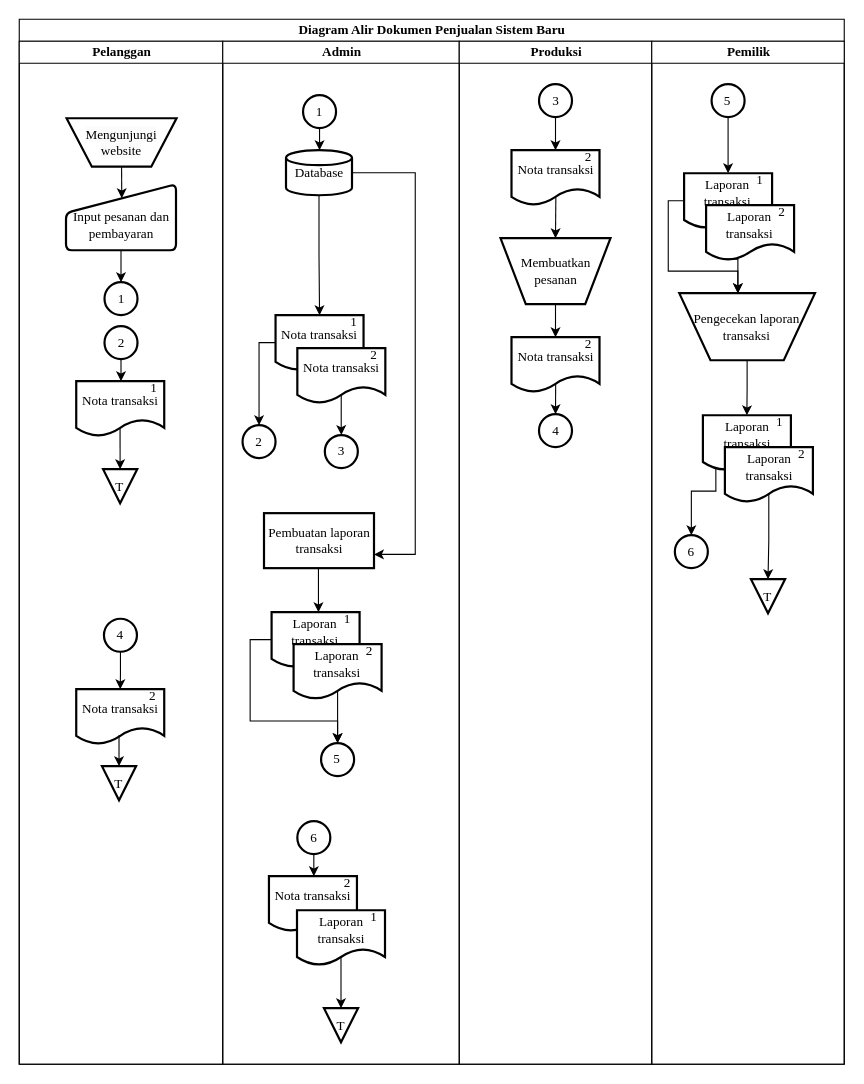
Before: page "Flowchart Revisi Sistem Baru" (3 of 22) of TA.drawio in angelinahandini/TA, a draw.io diagram. Source tidied: cells renumbered, new cells numbered last; positions are measured from the earlier drawing's top-left corner, leaving out a move shared by most shapes. Both pictures are drawn from the tidied source at 110%, with x=0, y=0 at pixel (19, 19).
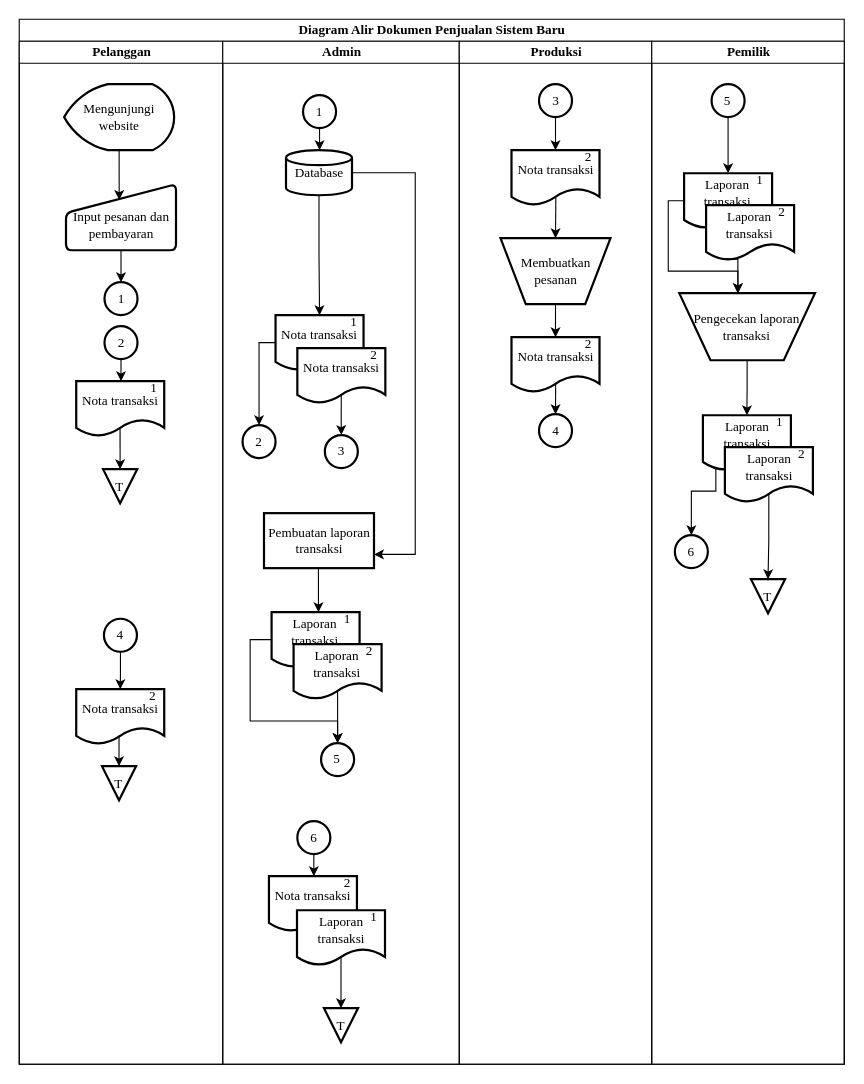
Above is the later version.

The change refers to these unchanged cells:
```xml
<mxCell id="3" value="Pelanggan" style="swimlane;startSize=20;html=1;fontFamily=Times New Roman;" parent="2" vertex="1">
  <mxGeometry y="20" width="185" height="930" as="geometry" />
</mxCell>
<mxCell id="17" value="&lt;br&gt;Input pesanan dan pembayaran" style="html=1;strokeWidth=2;shape=manualInput;whiteSpace=wrap;rounded=1;size=26;arcSize=11;fontFamily=Times New Roman;" parent="3" vertex="1">
  <mxGeometry x="42.5" y="130" width="100" height="60" as="geometry" />
</mxCell>
```

Diff of the diagram source:
```diff
@@
-    <mxCell id="15" style="edgeStyle=orthogonalEdgeStyle;rounded=0;jettySize=auto;html=1;entryX=0.507;entryY=0.211;entryDx=0;entryDy=0;entryPerimeter=0;fontFamily=Times New Roman;" parent="3" edge="1" target="17">
-      <mxGeometry relative="1" as="geometry">
-        <mxPoint x="93" y="109" as="sourcePoint" />
-      </mxGeometry>
-    </mxCell>
@@
-    <mxCell id="33" value="&lt;span style=&quot;color: rgb(0, 0, 0); font-size: 12px; font-style: normal; font-variant-ligatures: normal; font-variant-caps: normal; font-weight: 400; letter-spacing: normal; orphans: 2; text-align: center; text-indent: 0px; text-transform: none; widows: 2; word-spacing: 0px; -webkit-text-stroke-width: 0px; background-color: rgb(251, 251, 251); text-decoration-thickness: initial; text-decoration-style: initial; text-decoration-color: initial; float: none; display: inline !important;&quot;&gt;Mengunjungi website&lt;/span&gt;" style="verticalLabelPosition=middle;verticalAlign=middle;html=1;shape=trapezoid;perimeter=trapezoidPerimeter;whiteSpace=wrap;size=0.23;arcSize=10;flipV=1;labelPosition=center;align=center;strokeWidth=2;fontFamily=Times New Roman;" parent="3" vertex="1">
-      <mxGeometry x="43" y="70" width="100" height="44" as="geometry" />
-    </mxCell>
@@
+    <mxCell id="110" style="edgeStyle=orthogonalEdgeStyle;rounded=0;jettySize=auto;html=1;entryX=0.484;entryY=0.237;entryDx=0;entryDy=0;entryPerimeter=0;" parent="3" edge="1" source="33" target="17">
+      <mxGeometry relative="1" as="geometry" />
+    </mxCell>
+    <mxCell id="33" value="Mengunjungi website" style="strokeWidth=2;html=1;shape=mxgraph.flowchart.display;whiteSpace=wrap;fontFamily=Times New Roman;" parent="3" vertex="1">
+      <mxGeometry x="40.8" y="39" width="100" height="60" as="geometry" />
+    </mxCell>
```
